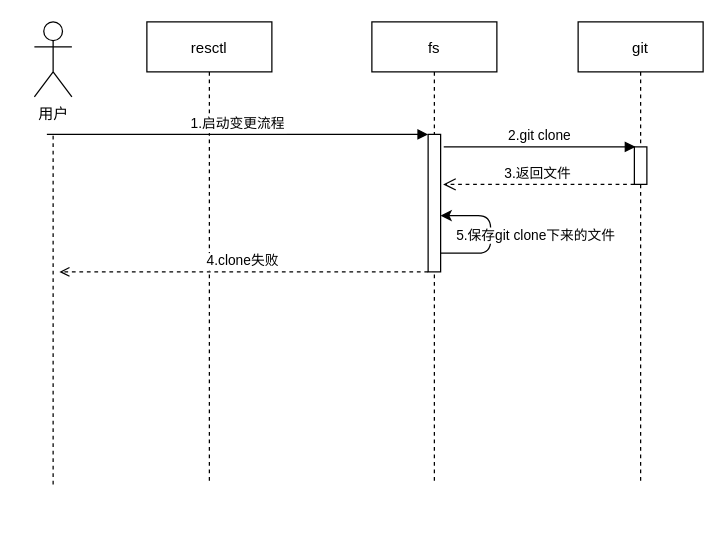
cv1002/iProject keeps this draw.io diagram as Untitled Diagram.drawio. Above is the earlier version. Source tidied: cells renumbered, new cells numbered last; positions are measured from the earlier drawing's top-left corner, leaving out a move shared by most shapes. Both pictures are drawn from the tidied source at 125%, with x=0, y=0 at pixel (34, 21).
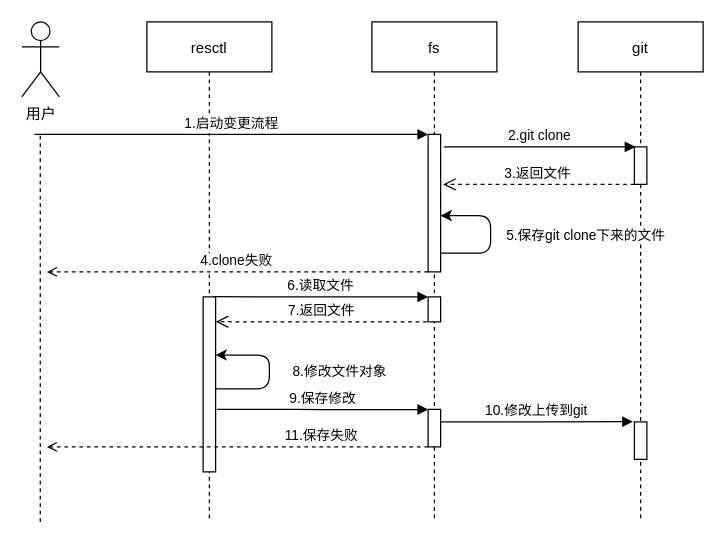
The same page after the edit.

The change refers to these unchanged cells:
```xml
<mxCell id="8" style="points=[];perimeter=orthogonalPerimeter;rounded=0;shadow=0;strokeWidth=1;" parent="1" vertex="1">
  <mxGeometry x="315" y="90" width="10" height="110" as="geometry" />
</mxCell>
<mxCell id="12" style="edgeStyle=segmentEdgeStyle;endArrow=classic;html=1;" parent="1" edge="1">
  <mxGeometry relative="1" as="geometry">
    <mxPoint x="325" y="185" as="sourcePoint" />
    <mxPoint x="325" y="155" as="targetPoint" />
    <Array as="points">
      <mxPoint x="365" y="185" />
      <mxPoint x="365" y="155" />
    </Array>
  </mxGeometry>
</mxCell>
```

Change to the diagram source:
```diff
@@
     <mxCell id="2" value="resctl" style="shape=umlLifeline;perimeter=lifelinePerimeter;rounded=0;shadow=0;strokeWidth=1;" parent="1" vertex="1">
-      <mxGeometry x="90" width="100" height="370" as="geometry" />
+      <mxGeometry x="90" width="100" height="400" as="geometry" />
     </mxCell>
+    <mxCell id="15" style="points=[];perimeter=orthogonalPerimeter;rounded=0;shadow=0;strokeWidth=1;" parent="2" vertex="1">
+      <mxGeometry x="45" y="220" width="10" height="140" as="geometry" />
+    </mxCell>
+    <mxCell id="16" style="edgeStyle=segmentEdgeStyle;endArrow=classic;html=1;" parent="2" edge="1">
+      <mxGeometry relative="1" as="geometry">
+        <mxPoint x="55" y="293.5" as="sourcePoint" />
+        <mxPoint x="55" y="266.5" as="targetPoint" />
+        <Array as="points">
+          <mxPoint x="98" y="293.5" />
+          <mxPoint x="98" y="266.5" />
+        </Array>
+      </mxGeometry>
+    </mxCell>
+    <mxCell id="17" value="&amp;nbsp; 8.修改文件对象" style="edgeLabel;html=1;align=center;verticalAlign=middle;" parent="16" vertex="1">
+      <mxGeometry x="-0.01" y="1" relative="1" as="geometry">
+        <mxPoint x="53" y="-1" as="offset" />
+      </mxGeometry>
+    </mxCell>
     <mxCell id="3" value="fs" style="shape=umlLifeline;perimeter=lifelinePerimeter;rounded=0;shadow=0;strokeWidth=1;" parent="1" vertex="1">
-      <mxGeometry x="270" width="100" height="370" as="geometry" />
+      <mxGeometry x="270" width="100" height="400" as="geometry" />
     </mxCell>
     <mxCell id="4" value="用户" style="shape=umlActor;verticalLabelPosition=bottom;verticalAlign=top;html=1;" parent="1" vertex="1">
-      <mxGeometry width="30" height="60" as="geometry" />
+      <mxGeometry x="-10" width="30" height="60" as="geometry" />
     </mxCell>
@@
     <mxCell id="6" style="endArrow=none;dashed=1;html=1;" parent="1" edge="1">
       <mxGeometry relative="1" as="geometry">
-        <mxPoint x="15" y="370" as="sourcePoint" />
-        <mxPoint x="15" y="90" as="targetPoint" />
+        <mxPoint x="4.7" y="400" as="sourcePoint" />
+        <mxPoint x="4.7" y="90" as="targetPoint" />
       </mxGeometry>
     </mxCell>
     <mxCell id="7" value="1.启动变更流程" style="verticalAlign=bottom;endArrow=block;shadow=0;strokeWidth=1;" parent="1" edge="1" target="8">
       <mxGeometry relative="1" as="geometry">
-        <mxPoint x="10" y="90" as="sourcePoint" />
+        <mxPoint y="90" as="sourcePoint" />
       </mxGeometry>
     </mxCell>
@@
     <mxCell id="9" value="git" style="shape=umlLifeline;perimeter=lifelinePerimeter;rounded=0;shadow=0;strokeWidth=1;" parent="1" vertex="1">
-      <mxGeometry x="435" width="100" height="370" as="geometry" />
+      <mxGeometry x="435" width="100" height="400" as="geometry" />
     </mxCell>
+    <mxCell id="18" style="points=[];perimeter=orthogonalPerimeter;rounded=0;shadow=0;strokeWidth=1;" parent="9" vertex="1">
+      <mxGeometry x="45" y="320" width="10" height="30" as="geometry" />
+    </mxCell>
@@
     <mxCell id="13" value="5.保存git clone下来的文件" style="edgeLabel;html=1;align=center;verticalAlign=middle;" parent="12" vertex="1">
       <mxGeometry x="-0.01" y="1" relative="1" as="geometry">
-        <mxPoint x="36" y="-1" as="offset" />
+        <mxPoint x="76" y="-1" as="offset" />
       </mxGeometry>
     </mxCell>
     <mxCell id="14" value="4.clone失败" style="verticalAlign=bottom;endArrow=open;shadow=0;strokeWidth=1;dashed=1;" parent="1" edge="1">
       <mxGeometry relative="1" as="geometry">
         <mxPoint x="315" y="200" as="sourcePoint" />
-        <mxPoint x="20" y="200" as="targetPoint" />
+        <mxPoint x="10" y="200" as="targetPoint" />
       </mxGeometry>
     </mxCell>
+    <mxCell id="19" style="perimeter=orthogonalPerimeter;rounded=0;shadow=0;strokeWidth=1;" parent="1" vertex="1">
+      <mxGeometry x="315" y="220" width="10" height="20" as="geometry" />
+    </mxCell>
+    <mxCell id="20" value="6.读取文件" style="verticalAlign=bottom;endArrow=block;shadow=0;strokeWidth=1;exitX=0.843;exitY=-0.001;exitDx=0;exitDy=0;exitPerimeter=0;" parent="1" edge="1" source="15">
+      <mxGeometry relative="1" as="geometry">
+        <mxPoint x="315" y="220" as="targetPoint" />
+        <Array as="points">
+          <mxPoint x="220" y="220" />
+        </Array>
+      </mxGeometry>
+    </mxCell>
+    <mxCell id="21" value="7.返回文件" style="verticalAlign=bottom;endArrow=open;dashed=1;endSize=8;shadow=0;strokeWidth=1;entryX=1.014;entryY=0.142;entryDx=0;entryDy=0;entryPerimeter=0;" parent="1" edge="1" target="15">
+      <mxGeometry relative="1" as="geometry">
+        <mxPoint x="314" y="240" as="sourcePoint" />
+        <Array as="points">
+          <mxPoint x="203" y="240" />
+        </Array>
+      </mxGeometry>
+    </mxCell>
+    <mxCell id="22" style="perimeter=orthogonalPerimeter;rounded=0;shadow=0;strokeWidth=1;" parent="1" vertex="1">
+      <mxGeometry x="315" y="310" width="10" height="30" as="geometry" />
+    </mxCell>
+    <mxCell id="23" value="9.保存修改" style="verticalAlign=bottom;endArrow=block;shadow=0;strokeWidth=1;" parent="1" edge="1">
+      <mxGeometry relative="1" as="geometry">
+        <mxPoint x="146" y="310" as="sourcePoint" />
+        <mxPoint x="315" y="310.1" as="targetPoint" />
+        <Array as="points">
+          <mxPoint x="220" y="310.1" />
+        </Array>
+      </mxGeometry>
+    </mxCell>
+    <mxCell id="24" value="10.修改上传到git" style="verticalAlign=bottom;endArrow=block;shadow=0;strokeWidth=1;entryX=-0.114;entryY=-0.005;entryDx=0;entryDy=0;entryPerimeter=0;" parent="1" edge="1" target="18">
+      <mxGeometry relative="1" as="geometry">
+        <mxPoint x="325" y="320" as="sourcePoint" />
+        <Array as="points">
+          <mxPoint x="399" y="320.1" />
+        </Array>
+      </mxGeometry>
+    </mxCell>
+    <mxCell id="25" value="11.保存失败" style="verticalAlign=bottom;endArrow=open;shadow=0;strokeWidth=1;dashed=1;" parent="1" edge="1">
+      <mxGeometry x="-0.44" relative="1" as="geometry">
+        <mxPoint x="315" y="340" as="sourcePoint" />
+        <mxPoint x="10" y="340" as="targetPoint" />
+      </mxGeometry>
+    </mxCell>
```
